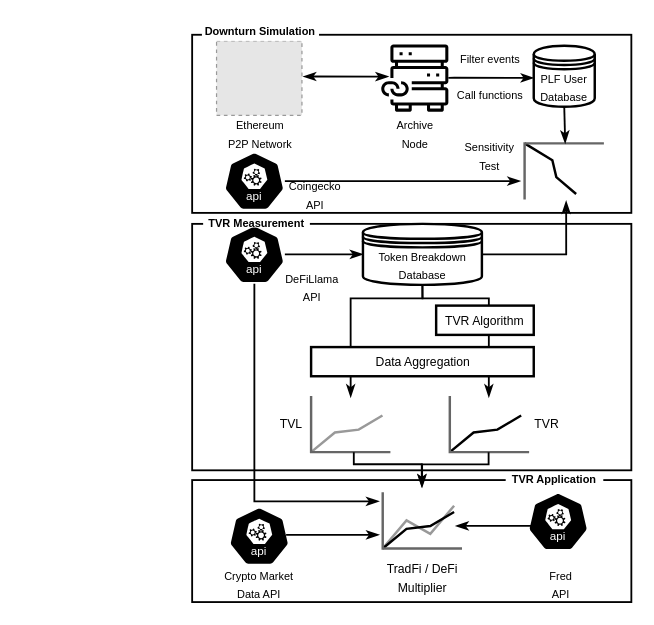
This is diagrams/data_pipeline.drawio from lyc0603/tvl-measurement, a draw.io file, before an edit. Source tidied: cells renumbered, new cells numbered last; positions are measured from the earlier drawing's top-left corner, leaving out a move shared by most shapes. Both pictures are drawn from the tidied source at 122%, with x=0, y=0 at pixel (192, 21). Pictures stored in the file or linked from it are replaced by grey dashed boxes.
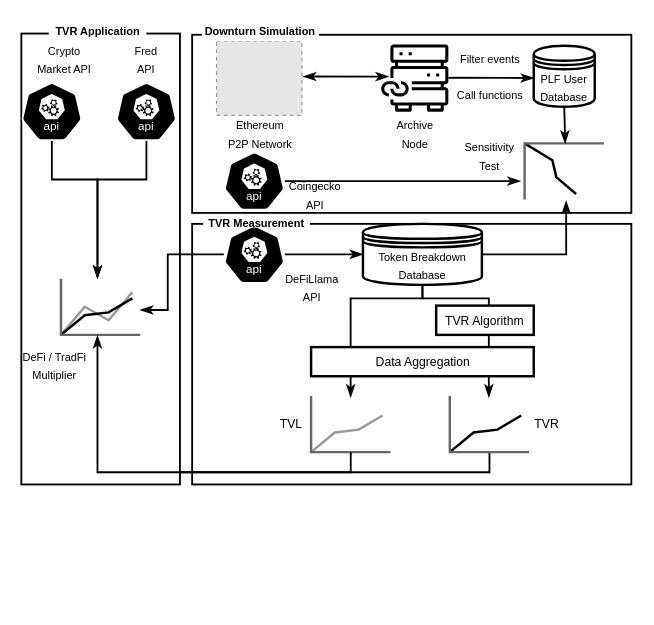
After the change.

Commit message (it also covers changes not shown here):
adjust pipeline

Unchanged cells that the change refers to:
```xml
<mxCell id="17" style="sketch=0;html=1;dashed=0;whitespace=wrap;fillColor=#000000;strokeColor=#ffffff;points=[[0.005,0.63,0],[0.1,0.2,0],[0.9,0.2,0],[0.5,0,0],[0.995,0.63,0],[0.72,0.99,0],[0.5,1,0],[0.28,0.99,0]];shape=mxgraph.kubernetes.icon2;kubernetesLabel=1;prIcon=api;" parent="1" vertex="1">
  <mxGeometry x="26" y="167" width="50" height="48" as="geometry" />
</mxCell>
<mxCell id="19" style="verticalLabelPosition=bottom;shadow=0;dashed=0;align=center;html=1;verticalAlign=top;strokeWidth=1;shape=mxgraph.mockup.graphics.lineChart;strokeColor=none;strokeColor2=#666666;strokeColor3=#999999;strokeColor4=#FFFFFF;fillColor=none;" parent="1" vertex="1">
  <mxGeometry x="97.5" y="307" width="65" height="46.1" as="geometry" />
</mxCell>
<mxCell id="20" style="verticalLabelPosition=bottom;shadow=0;dashed=0;align=center;html=1;verticalAlign=top;strokeWidth=1;shape=mxgraph.mockup.graphics.lineChart;strokeColor=none;strokeColor2=#666666;strokeColor3=#000000;strokeColor4=#FFFFFF;fillColor=none;" parent="1" vertex="1">
  <mxGeometry x="211.2" y="307" width="65" height="46.1" as="geometry" />
</mxCell>
```

Diff of the diagram source:
```diff
@@
-    <mxCell id="2" style="rounded=0;whiteSpace=wrap;html=1;fillColor=none;strokeColor=#000000;strokeWidth=1.5;" parent="1" vertex="1">
-      <mxGeometry y="376" width="360" height="100" as="geometry" />
-    </mxCell>
     <mxCell id="3" style="rounded=0;whiteSpace=wrap;html=1;strokeWidth=1.5;" parent="1" vertex="1">
-      <mxGeometry y="166" width="360" height="202" as="geometry" />
+      <mxGeometry y="166" width="360" height="213.6" as="geometry" />
     </mxCell>
@@
     <mxCell id="10" style="endArrow=classicThin;startArrow=none;html=1;rounded=0;strokeWidth=1.5;startFill=0;endFill=1;" parent="1" edge="1">
       <mxGeometry relative="1" as="geometry">
         <mxPoint x="210" y="46.3" as="sourcePoint" />
-        <mxPoint x="280" y="46.4" as="targetPoint" />
+        <mxPoint x="280" y="46.5" as="targetPoint" />
         <Array as="points">
           <mxPoint x="215" y="46.1" />
         </Array>
       </mxGeometry>
     </mxCell>
@@
+    <mxCell id="49" style="edgeStyle=orthogonalEdgeStyle;rounded=0;jettySize=auto;html=1;endArrow=classicThin;endFill=1;strokeWidth=1.5;" parent="1" edge="1" source="20">
+      <mxGeometry relative="1" as="geometry">
+        <mxPoint x="-80" y="309.6" as="targetPoint" />
+        <Array as="points">
+          <mxPoint x="244" y="369.6" />
+          <mxPoint x="-80" y="369.6" />
+        </Array>
+      </mxGeometry>
+    </mxCell>
@@
     <mxCell id="29" value="&lt;font size=&quot;1&quot;&gt;TVR&lt;/font&gt;" style="text;html=1;strokeColor=none;fillColor=none;align=center;verticalAlign=middle;whiteSpace=wrap;rounded=0;" parent="1" vertex="1">
-      <mxGeometry x="276.2" y="320" width="30" height="20" as="geometry" />
+      <mxGeometry x="276.2" y="320.1" width="30" height="20" as="geometry" />
     </mxCell>
-    <mxCell id="30" style="sketch=0;html=1;dashed=0;whitespace=wrap;fillColor=#000000;strokeColor=#ffffff;points=[[0.005,0.63,0],[0.1,0.2,0],[0.9,0.2,0],[0.5,0,0],[0.995,0.63,0],[0.72,0.99,0],[0.5,1,0],[0.28,0.99,0]];shape=mxgraph.kubernetes.icon2;kubernetesLabel=1;prIcon=api;" parent="1" vertex="1">
-      <mxGeometry x="275" y="386" width="50" height="48" as="geometry" />
-    </mxCell>
-    <mxCell id="31" value="&lt;font style=&quot;font-size: 9px;&quot;&gt;Fred&lt;br&gt;API&lt;br&gt;&lt;/font&gt;" style="text;html=1;strokeColor=none;fillColor=none;align=center;verticalAlign=middle;whiteSpace=wrap;rounded=0;" parent="1" vertex="1">
-      <mxGeometry x="280" y="446" width="45" height="30" as="geometry" />
-    </mxCell>
-    <mxCell id="32" style="verticalLabelPosition=bottom;shadow=0;dashed=0;align=center;html=1;verticalAlign=top;strokeWidth=1;shape=mxgraph.mockup.graphics.lineChart;strokeColor=none;strokeColor2=#666666;strokeColor3=#000000;strokeColor4=#999999;fillColor=none;" parent="1" vertex="1">
-      <mxGeometry x="156.2" y="386" width="65" height="46.1" as="geometry" />
-    </mxCell>
-    <mxCell id="33" value="&lt;font size=&quot;1&quot;&gt;TradFi / DeFi Multiplier&lt;/font&gt;" style="text;html=1;strokeColor=none;fillColor=none;align=center;verticalAlign=middle;whiteSpace=wrap;rounded=0;" parent="1" vertex="1">
-      <mxGeometry x="145" y="446" width="87.5" height="20" as="geometry" />
-    </mxCell>
-    <mxCell id="34" style="edgeStyle=orthogonalEdgeStyle;rounded=0;jettySize=auto;html=1;strokeWidth=1.5;endArrow=classicThin;endFill=1;entryX=0.492;entryY=-0.092;entryDx=0;entryDy=0;entryPerimeter=0;" parent="1" edge="1" target="32">
-      <mxGeometry relative="1" as="geometry">
-        <mxPoint x="132.5" y="353.1" as="sourcePoint" />
-        <Array as="points">
-          <mxPoint x="133" y="363" />
-          <mxPoint x="188" y="363" />
-        </Array>
-      </mxGeometry>
-    </mxCell>
-    <mxCell id="35" style="edgeStyle=orthogonalEdgeStyle;rounded=0;orthogonalLoop=1;jettySize=auto;html=1;strokeWidth=1.5;endArrow=classicThin;endFill=1;entryX=0.492;entryY=-0.092;entryDx=0;entryDy=0;entryPerimeter=0;" parent="1" edge="1">
-      <mxGeometry relative="1" as="geometry">
-        <mxPoint x="243" y="354.1" as="sourcePoint" />
-        <mxPoint x="188.5" y="382" as="targetPoint" />
-        <Array as="points">
-          <mxPoint x="243" y="353.1" />
-          <mxPoint x="243" y="363.1" />
-          <mxPoint x="189" y="363.1" />
-        </Array>
-      </mxGeometry>
-    </mxCell>
@@
-    <mxCell id="41" style="edgeStyle=orthogonalEdgeStyle;rounded=0;jettySize=auto;html=1;entryX=-0.046;entryY=0.161;entryDx=0;entryDy=0;entryPerimeter=0;strokeWidth=1.5;endArrow=classicThin;endFill=1;" parent="1" edge="1" source="17" target="32">
-      <mxGeometry relative="1" as="geometry">
-        <Array as="points">
-          <mxPoint x="51" y="393" />
-          <mxPoint x="153" y="393" />
-        </Array>
-      </mxGeometry>
-    </mxCell>
-    <mxCell id="42" style="edgeStyle=orthogonalEdgeStyle;rounded=0;orthogonalLoop=1;jettySize=auto;html=1;entryX=0;entryY=0.5;entryDx=0;entryDy=0;strokeWidth=1.5;endArrow=classicThin;endFill=1;" parent="1" edge="1">
-      <mxGeometry relative="1" as="geometry">
-        <mxPoint x="280" y="413.6" as="sourcePoint" />
-        <mxPoint x="216" y="413.6" as="targetPoint" />
-      </mxGeometry>
-    </mxCell>
-    <mxCell id="43" style="sketch=0;html=1;dashed=0;whitespace=wrap;fillColor=#000000;strokeColor=#ffffff;points=[[0.005,0.63,0],[0.1,0.2,0],[0.9,0.2,0],[0.5,0,0],[0.995,0.63,0],[0.72,0.99,0],[0.5,1,0],[0.28,0.99,0]];shape=mxgraph.kubernetes.icon2;kubernetesLabel=1;prIcon=api;" parent="1" vertex="1">
-      <mxGeometry x="30" y="398" width="50" height="48" as="geometry" />
-    </mxCell>
-    <mxCell id="44" style="edgeStyle=orthogonalEdgeStyle;rounded=0;orthogonalLoop=1;jettySize=auto;html=1;entryX=-0.046;entryY=0.757;entryDx=0;entryDy=0;strokeWidth=1.5;endArrow=classicThin;endFill=1;entryPerimeter=0;" parent="1" edge="1">
-      <mxGeometry relative="1" as="geometry">
-        <mxPoint x="77" y="421.6" as="sourcePoint" />
-        <mxPoint x="153.3" y="420.9" as="targetPoint" />
-        <Array as="points">
-          <mxPoint x="153" y="422" />
-        </Array>
-      </mxGeometry>
-    </mxCell>
-    <mxCell id="45" value="&lt;font style=&quot;font-size: 9px;&quot;&gt;Crypto Market Data API&lt;br&gt;&lt;/font&gt;" style="text;html=1;strokeColor=none;fillColor=none;align=center;verticalAlign=middle;whiteSpace=wrap;rounded=0;" parent="1" vertex="1">
-      <mxGeometry x="24.2" y="446" width="61.5" height="30" as="geometry" />
-    </mxCell>
@@
+    <mxCell id="50" style="rounded=0;whiteSpace=wrap;html=1;strokeWidth=1.5;" parent="1" vertex="1">
+      <mxGeometry x="-140" y="10" width="130" height="369.6" as="geometry" />
+    </mxCell>
+    <mxCell id="51" style="verticalLabelPosition=bottom;shadow=0;dashed=0;align=center;html=1;verticalAlign=top;strokeWidth=1;shape=mxgraph.mockup.graphics.lineChart;strokeColor=none;strokeColor2=#666666;strokeColor3=#000000;strokeColor4=#999999;fillColor=none;" parent="1" vertex="1">
+      <mxGeometry x="-107.5" y="210.9" width="65" height="46.1" as="geometry" />
+    </mxCell>
     <mxCell id="48" value="&lt;font style=&quot;font-size: 9px;&quot;&gt;&lt;b&gt;TVR Application&lt;/b&gt;&lt;br&gt;&lt;/font&gt;" style="text;html=1;strokeColor=none;fillColor=default;align=center;verticalAlign=middle;whiteSpace=wrap;rounded=0;" parent="1" vertex="1">
-      <mxGeometry x="257" y="371" width="80" height="8.4" as="geometry" />
+      <mxGeometry x="-117.5" y="3.6" width="80" height="8.4" as="geometry" />
     </mxCell>
+    <mxCell id="43" style="sketch=0;html=1;dashed=0;whitespace=wrap;fillColor=#000000;strokeColor=#ffffff;points=[[0.005,0.63,0],[0.1,0.2,0],[0.9,0.2,0],[0.5,0,0],[0.995,0.63,0],[0.72,0.99,0],[0.5,1,0],[0.28,0.99,0]];shape=mxgraph.kubernetes.icon2;kubernetesLabel=1;prIcon=api;" parent="1" vertex="1">
+      <mxGeometry x="-140" y="50" width="50" height="48" as="geometry" />
+    </mxCell>
+    <mxCell id="30" style="sketch=0;html=1;dashed=0;whitespace=wrap;fillColor=#000000;strokeColor=#ffffff;points=[[0.005,0.63,0],[0.1,0.2,0],[0.9,0.2,0],[0.5,0,0],[0.995,0.63,0],[0.72,0.99,0],[0.5,1,0],[0.28,0.99,0]];shape=mxgraph.kubernetes.icon2;kubernetesLabel=1;prIcon=api;" parent="1" vertex="1">
+      <mxGeometry x="-62.5" y="50" width="50" height="48" as="geometry" />
+    </mxCell>
+    <mxCell id="31" value="&lt;font style=&quot;font-size: 9px;&quot;&gt;Fred&lt;br&gt;API&lt;br&gt;&lt;/font&gt;" style="text;html=1;strokeColor=none;fillColor=none;align=center;verticalAlign=middle;whiteSpace=wrap;rounded=0;" parent="1" vertex="1">
+      <mxGeometry x="-60" y="16" width="45" height="30" as="geometry" />
+    </mxCell>
+    <mxCell id="52" value="&lt;font style=&quot;font-size: 9px;&quot;&gt;Crypto Market API&lt;br&gt;&lt;/font&gt;" style="text;html=1;strokeColor=none;fillColor=none;align=center;verticalAlign=middle;whiteSpace=wrap;rounded=0;" parent="1" vertex="1">
+      <mxGeometry x="-132.5" y="16" width="55" height="30" as="geometry" />
+    </mxCell>
+    <mxCell id="53" style="edgeStyle=orthogonalEdgeStyle;rounded=0;jettySize=auto;html=1;entryX=0.46;entryY=1.009;entryDx=0;entryDy=0;entryPerimeter=0;strokeWidth=1.5;endArrow=classicThin;endFill=1;" parent="1" edge="1" source="19" target="51">
+      <mxGeometry relative="1" as="geometry">
+        <Array as="points">
+          <mxPoint x="130" y="369.6" />
+          <mxPoint x="-78" y="369.6" />
+        </Array>
+      </mxGeometry>
+    </mxCell>
+    <mxCell id="54" value="&lt;font style=&quot;font-size: 9px;&quot;&gt;DeFi / TradFi&lt;br&gt;Multiplier&lt;br&gt;&lt;/font&gt;" style="text;html=1;strokeColor=none;fillColor=none;align=center;verticalAlign=middle;whiteSpace=wrap;rounded=0;" parent="1" vertex="1">
+      <mxGeometry x="-140" y="267" width="55" height="30" as="geometry" />
+    </mxCell>
+    <mxCell id="55" style="edgeStyle=orthogonalEdgeStyle;rounded=0;jettySize=auto;html=1;entryX=0.999;entryY=0.557;entryDx=0;entryDy=0;entryPerimeter=0;endArrow=classicThin;endFill=1;strokeWidth=1.5;" parent="1" edge="1" source="17" target="51">
+      <mxGeometry relative="1" as="geometry">
+        <Array as="points">
+          <mxPoint x="-20" y="190.6" />
+          <mxPoint x="-20" y="236.6" />
+        </Array>
+      </mxGeometry>
+    </mxCell>
+    <mxCell id="56" style="edgeStyle=orthogonalEdgeStyle;rounded=0;jettySize=auto;html=1;exitX=0.5;exitY=1;exitDx=0;exitDy=0;exitPerimeter=0;entryX=0.46;entryY=-0.003;entryDx=0;entryDy=0;entryPerimeter=0;strokeWidth=1.5;endArrow=classicThin;endFill=1;" parent="1" edge="1" source="43" target="51">
+      <mxGeometry relative="1" as="geometry">
+        <Array as="points">
+          <mxPoint x="-115" y="129.6" />
+          <mxPoint x="-78" y="129.6" />
+        </Array>
+      </mxGeometry>
+    </mxCell>
+    <mxCell id="57" style="edgeStyle=orthogonalEdgeStyle;rounded=0;jettySize=auto;html=1;entryX=0.46;entryY=-0.003;entryDx=0;entryDy=0;entryPerimeter=0;endArrow=classicThin;endFill=1;strokeWidth=1.5;" parent="1" edge="1" source="30" target="51">
+      <mxGeometry relative="1" as="geometry">
+        <Array as="points">
+          <mxPoint x="-37" y="129.6" />
+          <mxPoint x="-78" y="129.6" />
+        </Array>
+      </mxGeometry>
+    </mxCell>
```
